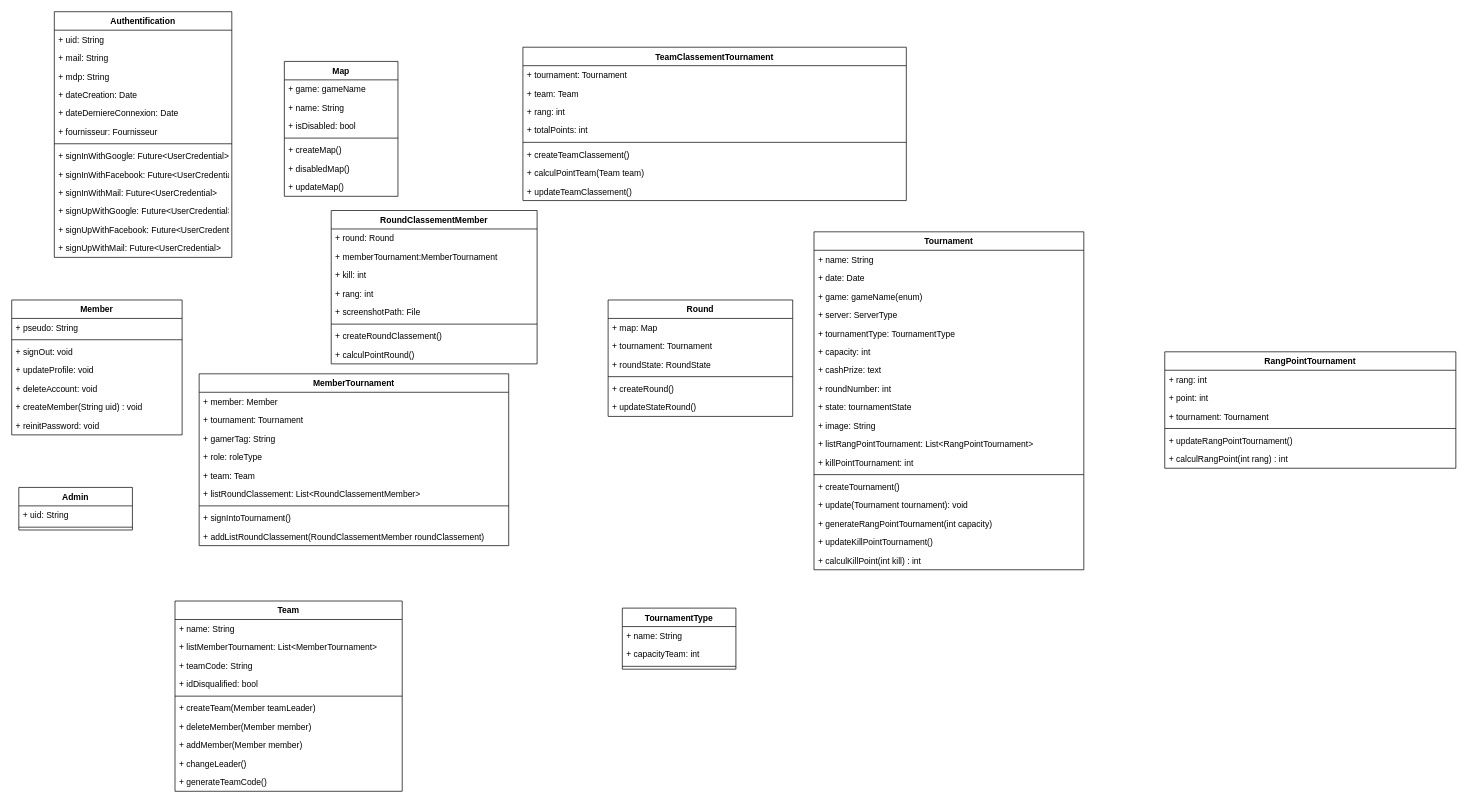
Earlier version of the draw.io diagram ospawn_cup.drawio (AlexandreMaillot/O-Spawn-Cup). Source tidied: cells renumbered, new cells numbered last; positions are measured from the earlier drawing's top-left corner, leaving out a move shared by most shapes. Both pictures are drawn from the tidied source at 71%, with x=0, y=0 at pixel (11, 11).
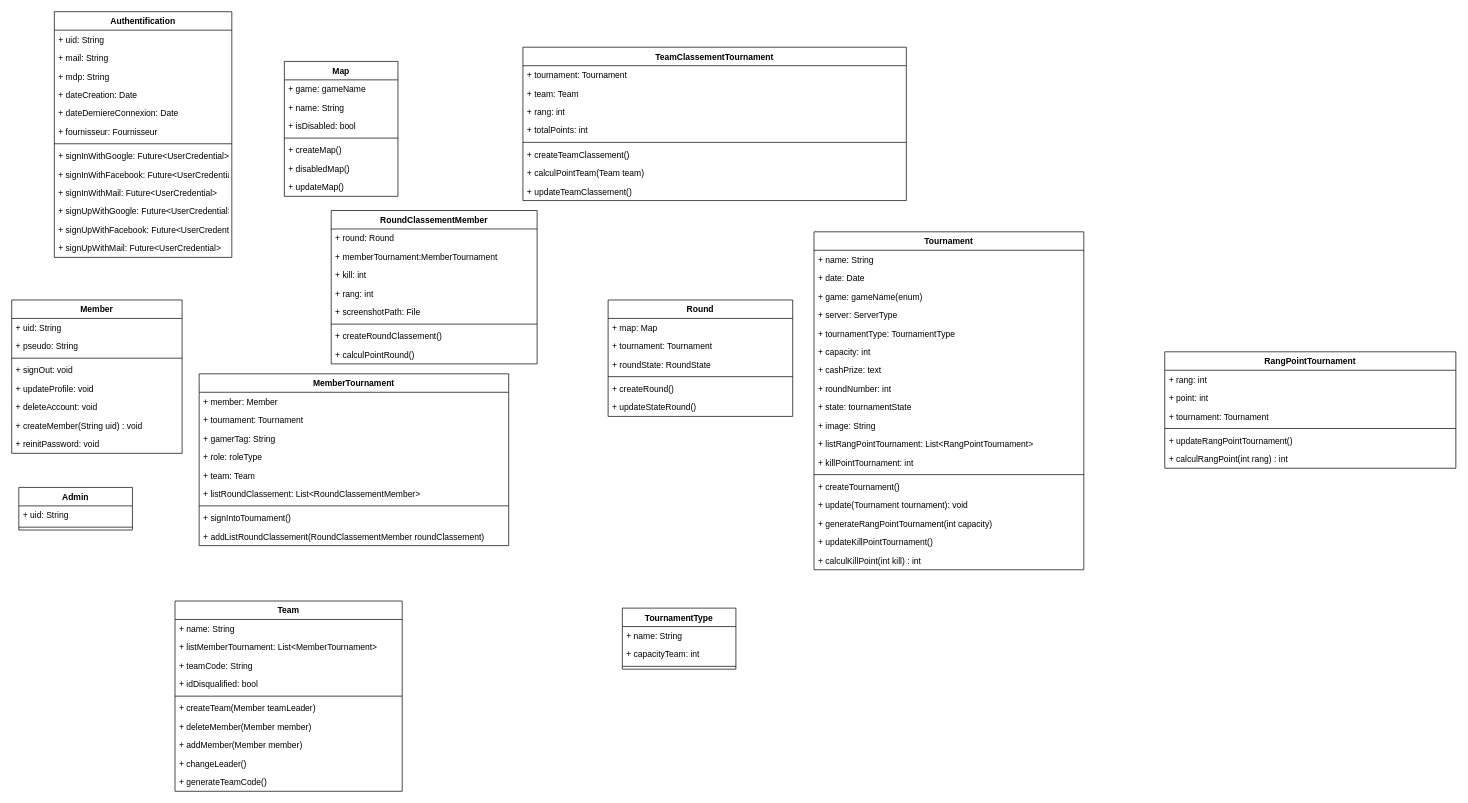
Above is the later version.

Change to the diagram source:
```diff
@@
     <mxCell id="2" value="Member" style="swimlane;fontStyle=1;align=center;verticalAlign=top;horizontal=1;startSize=26;" parent="1" vertex="1">
-      <mxGeometry y="406" width="240" height="190" as="geometry" />
+      <mxGeometry y="406" width="240" height="216" as="geometry" />
     </mxCell>
+    <mxCell id="111" value="+ uid: String&#10;" style="text;strokeColor=none;fillColor=none;align=left;verticalAlign=top;spacingLeft=4;spacingRight=4;overflow=hidden;" parent="2" vertex="1">
+      <mxGeometry y="26" width="240" height="26" as="geometry" />
+    </mxCell>
     <mxCell id="3" value="+ pseudo: String&#10;" style="text;strokeColor=none;fillColor=none;align=left;verticalAlign=top;spacingLeft=4;spacingRight=4;overflow=hidden;" parent="2" vertex="1">
-      <mxGeometry y="26" width="240" height="26" as="geometry" />
+      <mxGeometry y="52" width="240" height="26" as="geometry" />
     </mxCell>
     <mxCell id="4" style="line;strokeWidth=1;fillColor=none;align=left;verticalAlign=middle;spacingTop=-1;spacingLeft=3;spacingRight=3;labelPosition=right;" parent="2" vertex="1">
-      <mxGeometry y="52" width="240" height="8" as="geometry" />
+      <mxGeometry y="78" width="240" height="8" as="geometry" />
     </mxCell>
     <mxCell id="5" value="+ signOut: void" style="text;strokeColor=none;fillColor=none;align=left;verticalAlign=top;spacingLeft=4;spacingRight=4;overflow=hidden;" parent="2" vertex="1">
-      <mxGeometry y="60" width="240" height="26" as="geometry" />
+      <mxGeometry y="86" width="240" height="26" as="geometry" />
     </mxCell>
     <mxCell id="6" value="+ updateProfile: void" style="text;strokeColor=none;fillColor=none;align=left;verticalAlign=top;spacingLeft=4;spacingRight=4;overflow=hidden;" parent="2" vertex="1">
-      <mxGeometry y="86" width="240" height="26" as="geometry" />
+      <mxGeometry y="112" width="240" height="26" as="geometry" />
     </mxCell>
     <mxCell id="7" value="+ deleteAccount: void" style="text;strokeColor=none;fillColor=none;align=left;verticalAlign=top;spacingLeft=4;spacingRight=4;overflow=hidden;" parent="2" vertex="1">
-      <mxGeometry y="112" width="240" height="26" as="geometry" />
+      <mxGeometry y="138" width="240" height="26" as="geometry" />
     </mxCell>
     <mxCell id="8" value="+ createMember(String uid) : void" style="text;strokeColor=none;fillColor=none;align=left;verticalAlign=top;spacingLeft=4;spacingRight=4;overflow=hidden;" parent="2" vertex="1">
-      <mxGeometry y="138" width="240" height="26" as="geometry" />
+      <mxGeometry y="164" width="240" height="26" as="geometry" />
     </mxCell>
     <mxCell id="9" value="+ reinitPassword: void" style="text;strokeColor=none;fillColor=none;align=left;verticalAlign=top;spacingLeft=4;spacingRight=4;overflow=hidden;" parent="2" vertex="1">
-      <mxGeometry y="164" width="240" height="26" as="geometry" />
+      <mxGeometry y="190" width="240" height="26" as="geometry" />
     </mxCell>
```
